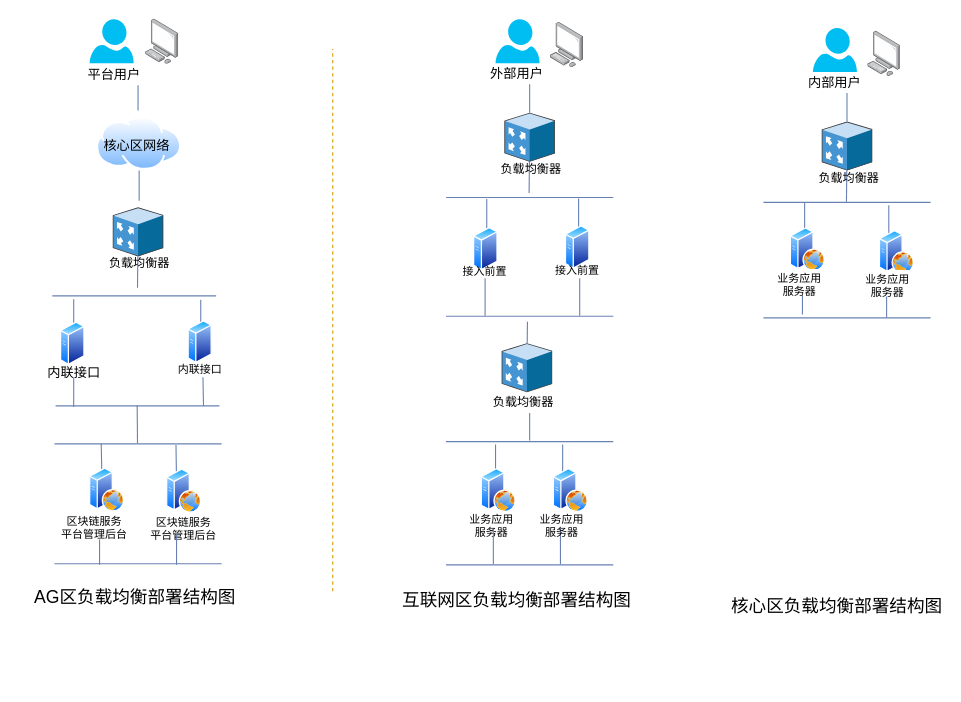
Before: repository/drawio/postb/系统内F5部署结构图.drawio in dilide/collections, a draw.io diagram. Source tidied: cells renumbered, new cells numbered last; positions are measured from the earlier drawing's top-left corner, leaving out a move shared by most shapes. Both pictures are drawn from the tidied source at 110%, with x=0, y=0 at pixel (29, 19).
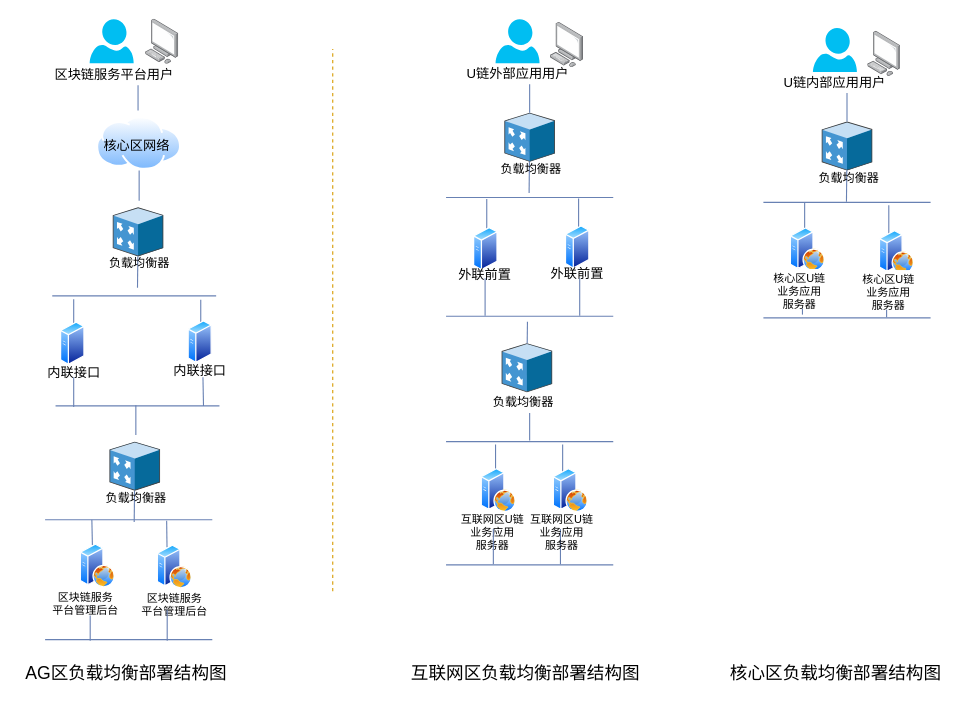
After the change.

Commit message:
Update 系统内F5部署结构图.drawio

Diff of the diagram source:
```diff
@@
     <mxCell id="2" style="group;" parent="1" vertex="1">
-      <mxGeometry x="414" width="60" height="54" as="geometry" />
+      <mxGeometry x="414" width="81" height="54" as="geometry" />
     </mxCell>
@@
-    <mxCell id="4" value="外部用户" style="text;html=1;align=center;verticalAlign=top;spacingTop=-4;fontSize=12;" parent="2" vertex="1">
-      <mxGeometry y="40" width="58" height="14" as="geometry" />
+    <mxCell id="4" value="U链外部应用用户" style="text;html=1;align=center;verticalAlign=top;spacingTop=-4;fontSize=12;" parent="2" vertex="1">
+      <mxGeometry x="-22" y="40" width="103" height="14" as="geometry" />
     </mxCell>
@@
     <mxCell id="11" value="区块链服务&lt;br style=&quot;font-size: 10px&quot;&gt;平台管理后台" style="text;html=1;align=center;verticalAlign=top;spacingTop=-4;fontSize=10;" parent="1" vertex="1">
-      <mxGeometry x="18" y="448" width="82" height="24" as="geometry" />
+      <mxGeometry x="9.5" y="517" width="82" height="24" as="geometry" />
     </mxCell>
     <mxCell id="12" style="endArrow=none;html=1;strokeColor=#6881B3;" parent="1" edge="1">
       <mxGeometry relative="1" as="geometry">
-        <mxPoint x="66" y="409" as="sourcePoint" />
-        <mxPoint x="65.5" y="386" as="targetPoint" />
+        <mxPoint x="57.5" y="478" as="sourcePoint" />
+        <mxPoint x="57" y="455" as="targetPoint" />
       </mxGeometry>
     </mxCell>
     <mxCell id="13" style="perimeter=ellipsePerimeter;html=1;align=center;shadow=0;dashed=0;spacingTop=3;image;image=img/lib/active_directory/web_server.svg;strokeColor=#6881B3;strokeWidth=1;fillColor=#99CCFF;fontSize=12;" parent="1" vertex="1">
-      <mxGeometry x="55" y="408" width="32" height="40" as="geometry" />
+      <mxGeometry x="46.5" y="477" width="32" height="40" as="geometry" />
     </mxCell>
@@
-    <mxCell id="17" value="接入前置" style="text;html=1;align=center;verticalAlign=top;spacingTop=-4;fontSize=10;" parent="1" vertex="1">
-      <mxGeometry x="385" y="220.5" width="58" height="12" as="geometry" />
+    <mxCell id="17" value="外联前置" style="text;html=1;align=center;verticalAlign=top;spacingTop=-4;fontSize=12;" parent="1" vertex="1">
+      <mxGeometry x="389" y="222.5" width="50" height="12" as="geometry" />
     </mxCell>
@@
-    <mxCell id="20" value="接入前置" style="text;html=1;align=center;verticalAlign=top;spacingTop=-4;fontSize=10;" parent="1" vertex="1">
-      <mxGeometry x="468.5" y="220" width="58" height="12" as="geometry" />
+    <mxCell id="20" value="外联前置" style="text;html=1;align=center;verticalAlign=top;spacingTop=-4;fontSize=12;" parent="1" vertex="1">
+      <mxGeometry x="472.5" y="222" width="50" height="12" as="geometry" />
     </mxCell>
@@
-    <mxCell id="27" value="业务应用&lt;br&gt;服务器" style="text;html=1;align=center;verticalAlign=top;spacingTop=-4;fontSize=10;" parent="1" vertex="1">
-      <mxGeometry x="391" y="445.5" width="58" height="24" as="geometry" />
+    <mxCell id="27" value="互联网区U链&lt;br&gt;业务应用&lt;br&gt;服务器" style="text;html=1;align=center;verticalAlign=top;spacingTop=-4;fontSize=10;" parent="1" vertex="1">
+      <mxGeometry x="387" y="445.5" width="67" height="36" as="geometry" />
     </mxCell>
@@
     <mxCell id="32" style="endArrow=none;html=1;strokeColor=#6881B3;" parent="1" edge="1">
       <mxGeometry relative="1" as="geometry">
-        <mxPoint x="64" y="496" as="sourcePoint" />
-        <mxPoint x="64" y="473" as="targetPoint" />
+        <mxPoint x="55.5" y="565" as="sourcePoint" />
+        <mxPoint x="55.5" y="542" as="targetPoint" />
       </mxGeometry>
     </mxCell>
@@
-    <mxCell id="36" value="平台用户" style="text;html=1;align=center;verticalAlign=top;spacingTop=-4;fontSize=12;" parent="1" vertex="1">
-      <mxGeometry x="48" y="41" width="58" height="14" as="geometry" />
+    <mxCell id="36" value="区块链服务平台用户" style="text;html=1;align=center;verticalAlign=top;spacingTop=-4;fontSize=12;" parent="1" vertex="1">
+      <mxGeometry x="18" y="41" width="118" height="14" as="geometry" />
     </mxCell>
@@
-    <mxCell id="39" value="业务应用&lt;br&gt;服务器" style="text;html=1;align=center;verticalAlign=top;spacingTop=-4;fontSize=10;" parent="1" vertex="1">
-      <mxGeometry x="454.5" y="445.5" width="58" height="24" as="geometry" />
+    <mxCell id="39" value="互联网区U链&lt;br&gt;业务应用&lt;br&gt;服务器" style="text;html=1;align=center;verticalAlign=top;spacingTop=-4;fontSize=10;" parent="1" vertex="1">
+      <mxGeometry x="450.5" y="445.5" width="67" height="36" as="geometry" />
     </mxCell>
@@
     <mxCell id="45" style="endArrow=none;html=1;strokeColor=#6881B3;fontSize=10;" parent="1" edge="1">
       <mxGeometry relative="1" as="geometry">
-        <mxPoint x="23" y="386" as="sourcePoint" />
-        <mxPoint x="175" y="386" as="targetPoint" />
+        <mxPoint x="14.5" y="455" as="sourcePoint" />
+        <mxPoint x="166.5" y="455" as="targetPoint" />
       </mxGeometry>
     </mxCell>
     <mxCell id="46" value="区块链服务&lt;br style=&quot;font-size: 10px&quot;&gt;平台管理后台" style="text;html=1;align=center;verticalAlign=top;spacingTop=-4;fontSize=10;" parent="1" vertex="1">
-      <mxGeometry x="99" y="449" width="82" height="24" as="geometry" />
+      <mxGeometry x="90.5" y="518" width="82" height="24" as="geometry" />
     </mxCell>
     <mxCell id="47" style="endArrow=none;html=1;strokeColor=#6881B3;exitX=0.25;exitY=0;exitDx=0;exitDy=0;" parent="1" edge="1" source="48">
       <mxGeometry relative="1" as="geometry">
-        <mxPoint x="133.5" y="387" as="targetPoint" />
+        <mxPoint x="125" y="456" as="targetPoint" />
       </mxGeometry>
     </mxCell>
     <mxCell id="48" style="perimeter=ellipsePerimeter;html=1;align=center;shadow=0;dashed=0;spacingTop=3;image;image=img/lib/active_directory/web_server.svg;strokeColor=#6881B3;strokeWidth=1;fillColor=#99CCFF;fontSize=12;" parent="1" vertex="1">
-      <mxGeometry x="125" y="409" width="32" height="40" as="geometry" />
+      <mxGeometry x="116.5" y="478" width="32" height="40" as="geometry" />
     </mxCell>
     <mxCell id="49" style="endArrow=none;html=1;strokeColor=#6881B3;" parent="1" edge="1">
       <mxGeometry relative="1" as="geometry">
-        <mxPoint x="134" y="496" as="sourcePoint" />
-        <mxPoint x="134" y="468" as="targetPoint" />
+        <mxPoint x="125.5" y="565" as="sourcePoint" />
+        <mxPoint x="125.5" y="537" as="targetPoint" />
       </mxGeometry>
     </mxCell>
     <mxCell id="50" style="endArrow=none;html=1;strokeColor=#6881B3;fontSize=10;" parent="1" edge="1">
       <mxGeometry relative="1" as="geometry">
-        <mxPoint x="23" y="495" as="sourcePoint" />
-        <mxPoint x="175" y="495" as="targetPoint" />
+        <mxPoint x="14.5" y="564" as="sourcePoint" />
+        <mxPoint x="166.5" y="564" as="targetPoint" />
       </mxGeometry>
     </mxCell>
     <mxCell id="51" style="group;" parent="1" vertex="1">
-      <mxGeometry x="702.5" y="8" width="60" height="54" as="geometry" />
+      <mxGeometry x="702.5" y="8" width="81" height="54" as="geometry" />
     </mxCell>
@@
-    <mxCell id="53" value="内部用户" style="text;html=1;align=center;verticalAlign=top;spacingTop=-4;fontSize=12;" parent="51" vertex="1">
-      <mxGeometry y="40" width="58" height="14" as="geometry" />
+    <mxCell id="53" value="U链内部应用用户" style="text;html=1;align=center;verticalAlign=top;spacingTop=-4;fontSize=12;" parent="51" vertex="1">
+      <mxGeometry x="-22" y="40" width="103" height="14" as="geometry" />
     </mxCell>
@@
     <mxCell id="67" value="核心区负载均衡部署结构图" style="text;html=1;align=center;verticalAlign=top;spacingTop=-4;fontSize=16;" parent="1" vertex="1">
-      <mxGeometry x="657" y="521" width="154" height="14" as="geometry" />
+      <mxGeometry x="655.5" y="582" width="154" height="14" as="geometry" />
     </mxCell>
     <mxCell id="68" value="AG区负载均衡部署结构图" style="text;html=1;align=center;verticalAlign=top;spacingTop=-4;fontSize=16;" parent="1" vertex="1">
-      <mxGeometry x="-0.5" y="513" width="193" height="19" as="geometry" />
+      <mxGeometry x="-9" y="582" width="193" height="19" as="geometry" />
     </mxCell>
     <mxCell id="69" value="互联网区负载均衡部署结构图" style="text;html=1;align=center;verticalAlign=top;spacingTop=-4;fontSize=16;" parent="1" vertex="1">
-      <mxGeometry x="334" y="516" width="218" height="19" as="geometry" />
+      <mxGeometry x="341.5" y="582" width="218" height="19" as="geometry" />
     </mxCell>
-    <mxCell id="70" value="业务应用&lt;br&gt;服务器" style="text;html=1;align=center;verticalAlign=top;spacingTop=-4;fontSize=10;fillColor=#ffffff;" parent="1" vertex="1">
-      <mxGeometry x="670.5" y="227" width="58" height="24" as="geometry" />
+    <mxCell id="70" value="核心区U链&lt;br&gt;业务应用&lt;br&gt;服务器" style="text;html=1;align=center;verticalAlign=top;spacingTop=-4;fontSize=10;fillColor=#ffffff;" parent="1" vertex="1">
+      <mxGeometry x="671.5" y="227" width="57" height="36" as="geometry" />
     </mxCell>
-    <mxCell id="71" value="业务应用&lt;br&gt;服务器" style="text;html=1;align=center;verticalAlign=top;spacingTop=-4;fontSize=10;fillColor=#ffffff;" parent="1" vertex="1">
-      <mxGeometry x="751" y="228" width="58" height="24" as="geometry" />
+    <mxCell id="71" value="核心区U链&lt;br&gt;业务应用&lt;br&gt;服务器" style="text;html=1;align=center;verticalAlign=top;spacingTop=-4;fontSize=10;fillColor=#ffffff;" parent="1" vertex="1">
+      <mxGeometry x="752" y="228" width="57" height="36" as="geometry" />
     </mxCell>
@@
-    <mxCell id="77" value="内联接口" style="text;html=1;align=center;verticalAlign=top;spacingTop=-4;fontSize=10;" parent="1" vertex="1">
+    <mxCell id="77" value="内联接口" style="text;html=1;align=center;verticalAlign=top;spacingTop=-4;fontSize=12;" parent="1" vertex="1">
       <mxGeometry x="126" y="309.5" width="58" height="12" as="geometry" />
     </mxCell>
@@
-    <mxCell id="82" style="endArrow=none;html=1;strokeColor=#6881B3;" parent="1" edge="1">
-      <mxGeometry relative="1" as="geometry">
-        <mxPoint x="98.5" y="385.5" as="sourcePoint" />
-        <mxPoint x="98.2" y="351" as="targetPoint" />
-      </mxGeometry>
-    </mxCell>
@@
+    <mxCell id="87" style="shadow=0;dashed=0;html=1;labelPosition=center;verticalLabelPosition=bottom;verticalAlign=top;align=center;shape=mxgraph.veeam.3d.proxy_appliance;direction=east;" parent="1" vertex="1">
+      <mxGeometry x="73" y="384" width="46" height="44.6" as="geometry" />
+    </mxCell>
+    <mxCell id="88" style="endArrow=none;html=1;strokeColor=#6881B3;" parent="1" edge="1">
+      <mxGeometry relative="1" as="geometry">
+        <mxPoint x="95.5" y="457" as="sourcePoint" />
+        <mxPoint x="95.8" y="428.6" as="targetPoint" />
+      </mxGeometry>
+    </mxCell>
+    <mxCell id="89" value="&lt;font style=&quot;font-size: 11px&quot;&gt;负载均衡器&lt;/font&gt;" style="text;html=1;align=center;verticalAlign=middle;labelBackgroundColor=none;fontSize=19;" parent="88" vertex="1">
+      <mxGeometry x="0.78" y="-1" relative="1" as="geometry" />
+    </mxCell>
+    <mxCell id="90" style="edgeStyle=orthogonalEdgeStyle;rounded=0;orthogonalLoop=1;jettySize=auto;html=1;exitX=0.5;exitY=1;exitDx=0;exitDy=0;strokeWidth=1;endArrow=none;endFill=0;strokeColor=#6881B3;" parent="1" edge="1">
+      <mxGeometry relative="1" as="geometry">
+        <mxPoint x="97" y="351" as="sourcePoint" />
+        <mxPoint x="97" y="378" as="targetPoint" />
+      </mxGeometry>
+    </mxCell>
```
